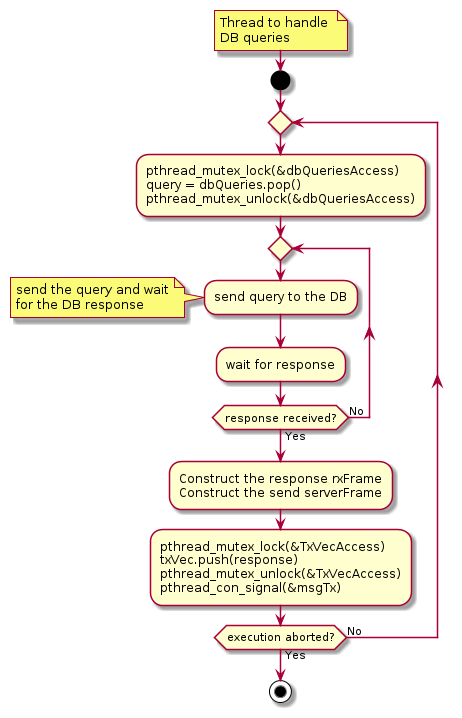
ElectroQuanta/MDO keeps this PlantUML diagram as Proj/diags/plantuml/flowchart/output/rs-handle-query.png. Above is the earlier version. The source it was exported from:
```plantuml
@startuml
  note right
    Thread to handle
    DB queries
  end note
start
    repeat

        :pthread_mutex_lock(&dbQueriesAccess)
        query = dbQueries.pop()
        pthread_mutex_unlock(&dbQueriesAccess);
        repeat
            :send query to the DB;
            note left
                send the query and wait
                for the DB response
            end note
            :wait for response;
        repeat while(response received?) is (No) not (Yes)
        :Construct the response rxFrame
        Construct the send serverFrame;
        :pthread_mutex_lock(&TxVecAccess)
        txVec.push(response)
        pthread_mutex_unlock(&TxVecAccess)
        pthread_con_signal(&msgTx);
    repeat while(execution aborted?) is (No) not (Yes)
    stop
@enduml
```
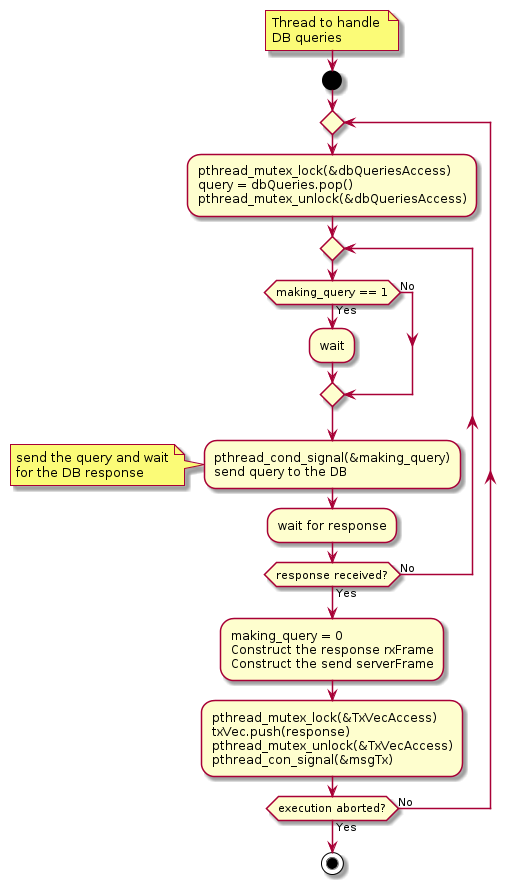
Later version of the same file.

What changed in the source:
```diff
@@ -10,14 +10,20 @@
         query = dbQueries.pop()
         pthread_mutex_unlock(&dbQueriesAccess);
         repeat
-            :send query to the DB;
+            if(making_query == 1) then (Yes)
+              :wait;
+            else (No)
+            endif
+            :pthread_cond_signal(&making_query)
+            send query to the DB;
             note left
                 send the query and wait
                 for the DB response
             end note
             :wait for response;
         repeat while(response received?) is (No) not (Yes)
-        :Construct the response rxFrame
+        :making_query = 0
+        Construct the response rxFrame
         Construct the send serverFrame;
         :pthread_mutex_lock(&TxVecAccess)
         txVec.push(response)
```
